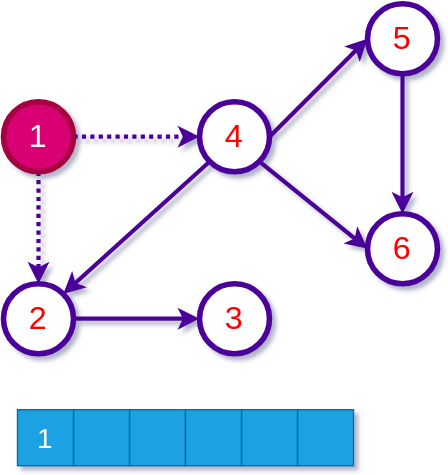
ucoruh/ce100-algorithms-and-programming-II keeps this draw.io diagram as docs/week-10/assets/ce100-week-10-graphs-topological-topo-bfs-1.drawio.svg. Above is the earlier version. Source tidied: cells renumbered, new cells last; positions are measured from the earlier drawing's top-left corner, leaving out a move shared by most shapes. Source of this version:
```xml
<mxGraphModel>
  <root>
    <mxCell id="0" />
    <mxCell id="1" parent="0" />
    <mxCell id="2" style="edgeStyle=none;shape=connector;rounded=0;jettySize=auto;html=1;exitX=0.5;exitY=1;exitDx=0;exitDy=0;entryX=0.5;entryY=0;entryDx=0;entryDy=0;labelBackgroundColor=default;fontFamily=Helvetica;fontSize=23;fontColor=#FF0000;endArrow=classic;endFill=1;strokeColor=#4C0099;strokeWidth=3;dashed=1;dashPattern=1 1;" parent="1" edge="1" source="4" target="12">
      <mxGeometry relative="1" as="geometry" />
    </mxCell>
    <mxCell id="3" style="edgeStyle=none;shape=connector;rounded=0;jettySize=auto;html=1;exitX=1;exitY=0.5;exitDx=0;exitDy=0;labelBackgroundColor=default;fontFamily=Helvetica;fontSize=23;fontColor=#FF0000;endArrow=classic;endFill=1;strokeColor=#4C0099;strokeWidth=3;dashed=1;dashPattern=1 1;" parent="1" edge="1" source="4" target="7">
      <mxGeometry relative="1" as="geometry" />
    </mxCell>
    <mxCell id="4" value="1" style="ellipse;whiteSpace=wrap;html=1;fontSize=23;fontColor=#ffffff;strokeColor=#A50040;strokeWidth=4;fillColor=#d80073;" parent="1" vertex="1">
      <mxGeometry y="70" width="50" height="50" as="geometry" />
    </mxCell>
    <mxCell id="5" style="edgeStyle=none;shape=connector;rounded=0;jettySize=auto;html=1;exitX=1;exitY=0.5;exitDx=0;exitDy=0;entryX=0;entryY=0.5;entryDx=0;entryDy=0;labelBackgroundColor=default;fontFamily=Helvetica;fontSize=23;fontColor=#FF0000;endArrow=classic;endFill=1;strokeColor=#4C0099;strokeWidth=3;" parent="1" edge="1" source="7" target="14">
      <mxGeometry relative="1" as="geometry" />
    </mxCell>
    <mxCell id="6" style="rounded=0;jettySize=auto;html=1;exitX=0;exitY=1;exitDx=0;exitDy=0;entryX=1;entryY=0;entryDx=0;entryDy=0;fontSize=23;strokeColor=#4C0099;fontColor=#FF0000;endFill=1;strokeWidth=3;" parent="1" edge="1" source="7" target="12">
      <mxGeometry relative="1" as="geometry" />
    </mxCell>
    <mxCell id="7" value="4" style="ellipse;whiteSpace=wrap;html=1;fontSize=23;fontColor=#FF0000;strokeColor=#4C0099;strokeWidth=4;" parent="1" vertex="1">
      <mxGeometry x="140" y="70" width="50" height="50" as="geometry" />
    </mxCell>
    <mxCell id="8" value="6" style="ellipse;whiteSpace=wrap;html=1;fontSize=23;fontColor=#FF0000;strokeColor=#4C0099;strokeWidth=4;" parent="1" vertex="1">
      <mxGeometry x="260" y="150" width="50" height="50" as="geometry" />
    </mxCell>
    <mxCell id="9" style="edgeStyle=none;shape=connector;rounded=0;jettySize=auto;html=1;exitX=1;exitY=1;exitDx=0;exitDy=0;entryX=0;entryY=0.5;entryDx=0;entryDy=0;labelBackgroundColor=default;fontFamily=Helvetica;fontSize=23;fontColor=#FF0000;endArrow=classic;endFill=1;strokeColor=#4C0099;strokeWidth=3;" parent="1" edge="1" source="7" target="8">
      <mxGeometry relative="1" as="geometry" />
    </mxCell>
    <mxCell id="10" value="3" style="ellipse;whiteSpace=wrap;html=1;fontSize=23;fontColor=#FF0000;strokeColor=#4C0099;strokeWidth=4;" parent="1" vertex="1">
      <mxGeometry x="140" y="200" width="50" height="50" as="geometry" />
    </mxCell>
    <mxCell id="11" style="edgeStyle=none;shape=connector;rounded=0;jettySize=auto;html=1;exitX=1;exitY=0.5;exitDx=0;exitDy=0;labelBackgroundColor=default;fontFamily=Helvetica;fontSize=23;fontColor=#FF0000;endArrow=classic;endFill=1;strokeColor=#4C0099;strokeWidth=3;" parent="1" edge="1" source="12" target="10">
      <mxGeometry relative="1" as="geometry" />
    </mxCell>
    <mxCell id="12" value="2" style="ellipse;whiteSpace=wrap;html=1;fontSize=23;fontColor=#FF0000;strokeColor=#4C0099;strokeWidth=4;" parent="1" vertex="1">
      <mxGeometry y="200" width="50" height="50" as="geometry" />
    </mxCell>
    <mxCell id="13" style="edgeStyle=orthogonalEdgeStyle;rounded=0;jettySize=auto;html=1;exitX=0.5;exitY=1;exitDx=0;exitDy=0;fontSize=23;strokeColor=#4C0099;fontColor=#FF0000;endFill=1;strokeWidth=3;" parent="1" edge="1" source="14" target="8">
      <mxGeometry relative="1" as="geometry" />
    </mxCell>
    <mxCell id="14" value="5" style="ellipse;whiteSpace=wrap;html=1;fontSize=23;fontColor=#FF0000;strokeColor=#4C0099;strokeWidth=4;" parent="1" vertex="1">
      <mxGeometry x="260" width="50" height="50" as="geometry" />
    </mxCell>
    <mxCell id="15" style="rounded=0;whiteSpace=wrap;html=1;fillColor=#1ba1e2;fontColor=#ffffff;strokeColor=#006EAF;fontSize=20;" parent="1" vertex="1">
      <mxGeometry x="90" y="290" width="40" height="40" as="geometry" />
    </mxCell>
    <mxCell id="16" style="rounded=0;whiteSpace=wrap;html=1;fillColor=#1ba1e2;fontColor=#ffffff;strokeColor=#006EAF;fontSize=20;" parent="1" vertex="1">
      <mxGeometry x="50" y="290" width="40" height="40" as="geometry" />
    </mxCell>
    <mxCell id="17" value="1" style="rounded=0;whiteSpace=wrap;html=1;fillColor=#1ba1e2;fontColor=#ffffff;strokeColor=#006EAF;fontSize=20;" parent="1" vertex="1">
      <mxGeometry x="10" y="290" width="40" height="40" as="geometry" />
    </mxCell>
    <mxCell id="18" style="rounded=0;whiteSpace=wrap;html=1;fillColor=#1ba1e2;fontColor=#ffffff;strokeColor=#006EAF;fontSize=20;" parent="1" vertex="1">
      <mxGeometry x="210" y="290" width="40" height="40" as="geometry" />
    </mxCell>
    <mxCell id="19" style="rounded=0;whiteSpace=wrap;html=1;fillColor=#1ba1e2;fontColor=#ffffff;strokeColor=#006EAF;fontSize=20;" parent="1" vertex="1">
      <mxGeometry x="170" y="290" width="40" height="40" as="geometry" />
    </mxCell>
    <mxCell id="20" style="rounded=0;whiteSpace=wrap;html=1;fillColor=#1ba1e2;fontColor=#ffffff;strokeColor=#006EAF;fontSize=20;" parent="1" vertex="1">
      <mxGeometry x="130" y="290" width="40" height="40" as="geometry" />
    </mxCell>
  </root>
</mxGraphModel>
```
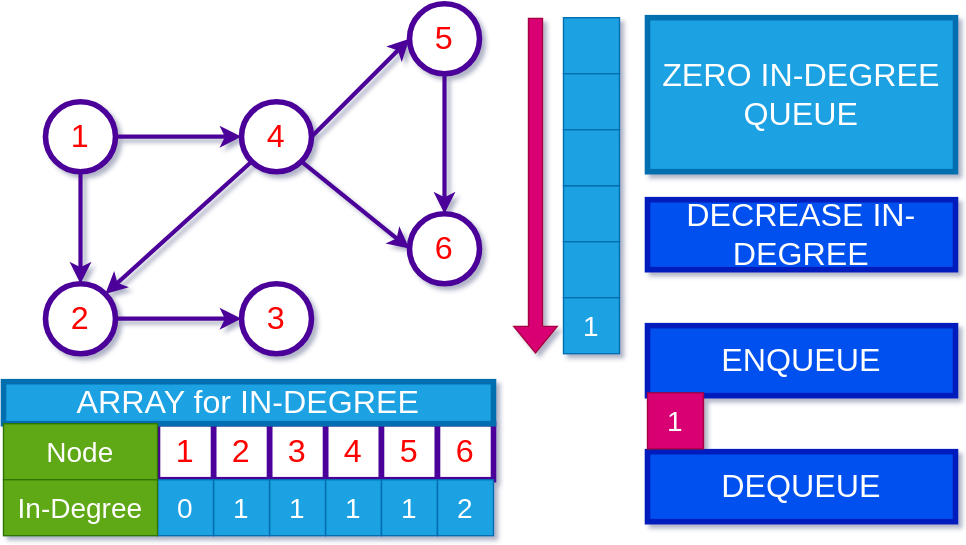
The same file after the commit.

What changed in the source:
```diff
@@ -1,63 +1,129 @@
 <mxGraphModel>
   <root>
-    <mxCell id="0" />
-    <mxCell id="1" parent="0" />
-    <mxCell id="2" style="edgeStyle=none;shape=connector;rounded=0;jettySize=auto;html=1;exitX=0.5;exitY=1;exitDx=0;exitDy=0;entryX=0.5;entryY=0;entryDx=0;entryDy=0;labelBackgroundColor=default;fontFamily=Helvetica;fontSize=23;fontColor=#FF0000;endArrow=classic;endFill=1;strokeColor=#4C0099;strokeWidth=3;dashed=1;dashPattern=1 1;" parent="1" edge="1" source="4" target="12">
-      <mxGeometry relative="1" as="geometry" />
-    </mxCell>
-    <mxCell id="3" style="edgeStyle=none;shape=connector;rounded=0;jettySize=auto;html=1;exitX=1;exitY=0.5;exitDx=0;exitDy=0;labelBackgroundColor=default;fontFamily=Helvetica;fontSize=23;fontColor=#FF0000;endArrow=classic;endFill=1;strokeColor=#4C0099;strokeWidth=3;dashed=1;dashPattern=1 1;" parent="1" edge="1" source="4" target="7">
-      <mxGeometry relative="1" as="geometry" />
-    </mxCell>
-    <mxCell id="4" value="1" style="ellipse;whiteSpace=wrap;html=1;fontSize=23;fontColor=#ffffff;strokeColor=#A50040;strokeWidth=4;fillColor=#d80073;" parent="1" vertex="1">
-      <mxGeometry y="70" width="50" height="50" as="geometry" />
-    </mxCell>
+    <mxCell id="21" />
+    <mxCell id="22" parent="21" />
+    <mxCell id="23" style="edgeStyle=none;shape=connector;rounded=0;jettySize=auto;html=1;exitX=0.5;exitY=1;exitDx=0;exitDy=0;entryX=0.5;entryY=0;entryDx=0;entryDy=0;labelBackgroundColor=default;fontFamily=Helvetica;fontSize=23;fontColor=#FF0000;endArrow=classic;endFill=1;strokeColor=#4C0099;strokeWidth=3;" parent="22" edge="1" source="25" target="12">
+      <mxGeometry relative="1" as="geometry" />
+    </mxCell>
+    <mxCell id="24" style="edgeStyle=none;shape=connector;rounded=0;jettySize=auto;html=1;exitX=1;exitY=0.5;exitDx=0;exitDy=0;labelBackgroundColor=default;fontFamily=Helvetica;fontSize=23;fontColor=#FF0000;endArrow=classic;endFill=1;strokeColor=#4C0099;strokeWidth=3;" parent="22" edge="1" source="25" target="7">
+      <mxGeometry relative="1" as="geometry" />
+    </mxCell>
+    <mxCell id="25" value="1" style="ellipse;whiteSpace=wrap;html=1;fontSize=23;fontColor=#FF0000;strokeColor=#4C0099;strokeWidth=4;fillColor=default;" parent="22" vertex="1">
+      <mxGeometry y="70" width="50" height="50" as="geometry" />
+    </mxCell>
-    <mxCell id="5" style="edgeStyle=none;shape=connector;rounded=0;jettySize=auto;html=1;exitX=1;exitY=0.5;exitDx=0;exitDy=0;entryX=0;entryY=0.5;entryDx=0;entryDy=0;labelBackgroundColor=default;fontFamily=Helvetica;fontSize=23;fontColor=#FF0000;endArrow=classic;endFill=1;strokeColor=#4C0099;strokeWidth=3;" parent="1" edge="1" source="7" target="14">
+    <mxCell id="5" style="edgeStyle=none;shape=connector;rounded=0;jettySize=auto;html=1;exitX=1;exitY=0.5;exitDx=0;exitDy=0;entryX=0;entryY=0.5;entryDx=0;entryDy=0;labelBackgroundColor=default;fontFamily=Helvetica;fontSize=23;fontColor=#FF0000;endArrow=classic;endFill=1;strokeColor=#4C0099;strokeWidth=3;" parent="22" edge="1" source="7" target="14">
       <mxGeometry relative="1" as="geometry" />
     </mxCell>
-    <mxCell id="6" style="rounded=0;jettySize=auto;html=1;exitX=0;exitY=1;exitDx=0;exitDy=0;entryX=1;entryY=0;entryDx=0;entryDy=0;fontSize=23;strokeColor=#4C0099;fontColor=#FF0000;endFill=1;strokeWidth=3;" parent="1" edge="1" source="7" target="12">
+    <mxCell id="6" style="edgeStyle=none;rounded=0;jettySize=auto;html=1;exitX=0;exitY=1;exitDx=0;exitDy=0;entryX=1;entryY=0;entryDx=0;entryDy=0;fontSize=23;strokeColor=#4C0099;fontColor=#FF0000;endFill=1;strokeWidth=3;" parent="22" edge="1" source="7" target="12">
       <mxGeometry relative="1" as="geometry" />
     </mxCell>
-    <mxCell id="7" value="4" style="ellipse;whiteSpace=wrap;html=1;fontSize=23;fontColor=#FF0000;strokeColor=#4C0099;strokeWidth=4;" parent="1" vertex="1">
+    <mxCell id="7" value="4" style="ellipse;whiteSpace=wrap;html=1;fontSize=23;fontColor=#FF0000;strokeColor=#4C0099;strokeWidth=4;" parent="22" vertex="1">
       <mxGeometry x="140" y="70" width="50" height="50" as="geometry" />
     </mxCell>
-    <mxCell id="8" value="6" style="ellipse;whiteSpace=wrap;html=1;fontSize=23;fontColor=#FF0000;strokeColor=#4C0099;strokeWidth=4;" parent="1" vertex="1">
+    <mxCell id="8" value="6" style="ellipse;whiteSpace=wrap;html=1;fontSize=23;fontColor=#FF0000;strokeColor=#4C0099;strokeWidth=4;" parent="22" vertex="1">
       <mxGeometry x="260" y="150" width="50" height="50" as="geometry" />
     </mxCell>
-    <mxCell id="9" style="edgeStyle=none;shape=connector;rounded=0;jettySize=auto;html=1;exitX=1;exitY=1;exitDx=0;exitDy=0;entryX=0;entryY=0.5;entryDx=0;entryDy=0;labelBackgroundColor=default;fontFamily=Helvetica;fontSize=23;fontColor=#FF0000;endArrow=classic;endFill=1;strokeColor=#4C0099;strokeWidth=3;" parent="1" edge="1" source="7" target="8">
+    <mxCell id="9" style="edgeStyle=none;shape=connector;rounded=0;jettySize=auto;html=1;exitX=1;exitY=1;exitDx=0;exitDy=0;entryX=0;entryY=0.5;entryDx=0;entryDy=0;labelBackgroundColor=default;fontFamily=Helvetica;fontSize=23;fontColor=#FF0000;endArrow=classic;endFill=1;strokeColor=#4C0099;strokeWidth=3;" parent="22" edge="1" source="7" target="8">
       <mxGeometry relative="1" as="geometry" />
     </mxCell>
-    <mxCell id="10" value="3" style="ellipse;whiteSpace=wrap;html=1;fontSize=23;fontColor=#FF0000;strokeColor=#4C0099;strokeWidth=4;" parent="1" vertex="1">
+    <mxCell id="10" value="3" style="ellipse;whiteSpace=wrap;html=1;fontSize=23;fontColor=#FF0000;strokeColor=#4C0099;strokeWidth=4;" parent="22" vertex="1">
       <mxGeometry x="140" y="200" width="50" height="50" as="geometry" />
     </mxCell>
-    <mxCell id="11" style="edgeStyle=none;shape=connector;rounded=0;jettySize=auto;html=1;exitX=1;exitY=0.5;exitDx=0;exitDy=0;labelBackgroundColor=default;fontFamily=Helvetica;fontSize=23;fontColor=#FF0000;endArrow=classic;endFill=1;strokeColor=#4C0099;strokeWidth=3;" parent="1" edge="1" source="12" target="10">
+    <mxCell id="11" style="edgeStyle=none;shape=connector;rounded=0;jettySize=auto;html=1;exitX=1;exitY=0.5;exitDx=0;exitDy=0;labelBackgroundColor=default;fontFamily=Helvetica;fontSize=23;fontColor=#FF0000;endArrow=classic;endFill=1;strokeColor=#4C0099;strokeWidth=3;" parent="22" edge="1" source="12" target="10">
       <mxGeometry relative="1" as="geometry" />
     </mxCell>
-    <mxCell id="12" value="2" style="ellipse;whiteSpace=wrap;html=1;fontSize=23;fontColor=#FF0000;strokeColor=#4C0099;strokeWidth=4;" parent="1" vertex="1">
+    <mxCell id="12" value="2" style="ellipse;whiteSpace=wrap;html=1;fontSize=23;fontColor=#FF0000;strokeColor=#4C0099;strokeWidth=4;" parent="22" vertex="1">
       <mxGeometry y="200" width="50" height="50" as="geometry" />
     </mxCell>
-    <mxCell id="13" style="edgeStyle=orthogonalEdgeStyle;rounded=0;jettySize=auto;html=1;exitX=0.5;exitY=1;exitDx=0;exitDy=0;fontSize=23;strokeColor=#4C0099;fontColor=#FF0000;endFill=1;strokeWidth=3;" parent="1" edge="1" source="14" target="8">
+    <mxCell id="13" style="edgeStyle=orthogonalEdgeStyle;rounded=0;jettySize=auto;html=1;exitX=0.5;exitY=1;exitDx=0;exitDy=0;fontSize=23;strokeColor=#4C0099;fontColor=#FF0000;endFill=1;strokeWidth=3;" parent="22" edge="1" source="14" target="8">
       <mxGeometry relative="1" as="geometry" />
     </mxCell>
-    <mxCell id="14" value="5" style="ellipse;whiteSpace=wrap;html=1;fontSize=23;fontColor=#FF0000;strokeColor=#4C0099;strokeWidth=4;" parent="1" vertex="1">
+    <mxCell id="14" value="5" style="ellipse;whiteSpace=wrap;html=1;fontSize=23;fontColor=#FF0000;strokeColor=#4C0099;strokeWidth=4;" parent="22" vertex="1">
       <mxGeometry x="260" width="50" height="50" as="geometry" />
     </mxCell>
-    <mxCell id="15" style="rounded=0;whiteSpace=wrap;html=1;fillColor=#1ba1e2;fontColor=#ffffff;strokeColor=#006EAF;fontSize=20;" parent="1" vertex="1">
-      <mxGeometry x="90" y="290" width="40" height="40" as="geometry" />
-    </mxCell>
-    <mxCell id="16" style="rounded=0;whiteSpace=wrap;html=1;fillColor=#1ba1e2;fontColor=#ffffff;strokeColor=#006EAF;fontSize=20;" parent="1" vertex="1">
-      <mxGeometry x="50" y="290" width="40" height="40" as="geometry" />
-    </mxCell>
+    <mxCell id="26" value="4" style="rounded=0;whiteSpace=wrap;html=1;fillColor=default;strokeColor=#4C0099;fontSize=23;fontColor=#FF0000;strokeWidth=4;" parent="22" vertex="1">
+      <mxGeometry x="200" y="300" width="40" height="40" as="geometry" />
+    </mxCell>
+    <mxCell id="27" value="5" style="rounded=0;whiteSpace=wrap;html=1;fillColor=default;strokeColor=#4C0099;fontSize=23;fontColor=#FF0000;strokeWidth=4;" parent="22" vertex="1">
+      <mxGeometry x="240" y="300" width="40" height="40" as="geometry" />
+    </mxCell>
+    <mxCell id="28" value="6" style="rounded=0;whiteSpace=wrap;html=1;fillColor=default;strokeColor=#4C0099;fontSize=23;fontColor=#FF0000;strokeWidth=4;" parent="22" vertex="1">
+      <mxGeometry x="280" y="300" width="40" height="40" as="geometry" />
+    </mxCell>
+    <mxCell id="29" value="3" style="rounded=0;whiteSpace=wrap;html=1;fillColor=default;strokeColor=#4C0099;fontSize=23;fontColor=#FF0000;strokeWidth=4;" parent="22" vertex="1">
+      <mxGeometry x="160" y="300" width="40" height="40" as="geometry" />
+    </mxCell>
+    <mxCell id="30" value="2" style="rounded=0;whiteSpace=wrap;html=1;fillColor=default;strokeColor=#4C0099;fontSize=23;fontColor=#FF0000;strokeWidth=4;" parent="22" vertex="1">
+      <mxGeometry x="120" y="300" width="40" height="40" as="geometry" />
+    </mxCell>
+    <mxCell id="31" value="1" style="rounded=0;whiteSpace=wrap;html=1;fillColor=default;strokeColor=#4C0099;fontSize=23;fontColor=#FF0000;strokeWidth=4;" parent="22" vertex="1">
+      <mxGeometry x="80" y="300" width="40" height="40" as="geometry" />
+    </mxCell>
+    <mxCell id="32" value="1" style="rounded=0;whiteSpace=wrap;html=1;fontSize=20;fillColor=#1ba1e2;fontColor=#ffffff;strokeColor=#006EAF;" parent="22" vertex="1">
+      <mxGeometry x="200" y="340" width="40" height="40" as="geometry" />
+    </mxCell>
+    <mxCell id="33" value="1" style="rounded=0;whiteSpace=wrap;html=1;fontSize=20;fillColor=#1ba1e2;fontColor=#ffffff;strokeColor=#006EAF;" parent="22" vertex="1">
+      <mxGeometry x="240" y="340" width="40" height="40" as="geometry" />
+    </mxCell>
+    <mxCell id="34" value="2" style="rounded=0;whiteSpace=wrap;html=1;fontSize=20;fillColor=#1ba1e2;fontColor=#ffffff;strokeColor=#006EAF;" parent="22" vertex="1">
+      <mxGeometry x="280" y="340" width="40" height="40" as="geometry" />
+    </mxCell>
+    <mxCell id="35" value="1" style="rounded=0;whiteSpace=wrap;html=1;fontSize=20;fillColor=#1ba1e2;fontColor=#ffffff;strokeColor=#006EAF;" parent="22" vertex="1">
+      <mxGeometry x="160" y="340" width="40" height="40" as="geometry" />
+    </mxCell>
+    <mxCell id="36" value="1" style="rounded=0;whiteSpace=wrap;html=1;fontSize=20;fillColor=#1ba1e2;fontColor=#ffffff;strokeColor=#006EAF;" parent="22" vertex="1">
+      <mxGeometry x="120" y="340" width="40" height="40" as="geometry" />
+    </mxCell>
+    <mxCell id="37" value="0" style="rounded=0;whiteSpace=wrap;html=1;fontSize=20;fillColor=#1ba1e2;fontColor=#ffffff;strokeColor=#006EAF;" parent="22" vertex="1">
+      <mxGeometry x="80" y="340" width="40" height="40" as="geometry" />
+    </mxCell>
+    <mxCell id="38" value="ARRAY for IN-DEGREE" style="text;html=1;strokeColor=#006EAF;fillColor=#1ba1e2;align=center;verticalAlign=middle;whiteSpace=wrap;rounded=0;fontColor=#ffffff;fontSize=23;strokeWidth=4;" parent="22" vertex="1">
+      <mxGeometry x="-30" y="270" width="350" height="30" as="geometry" />
+    </mxCell>
+    <mxCell id="39" value="Node" style="rounded=0;whiteSpace=wrap;html=1;fillColor=#60a917;strokeColor=#2D7600;fontSize=20;fontColor=#ffffff;" parent="22" vertex="1">
+      <mxGeometry x="-30" y="300" width="110" height="40" as="geometry" />
+    </mxCell>
+    <mxCell id="40" value="In-Degree" style="rounded=0;whiteSpace=wrap;html=1;fillColor=#60a917;strokeColor=#2D7600;fontSize=20;fontColor=#ffffff;" parent="22" vertex="1">
+      <mxGeometry x="-30" y="340" width="110" height="40" as="geometry" />
+    </mxCell>
+    <mxCell id="41" value="ZERO IN-DEGREE QUEUE" style="text;html=1;strokeColor=#006EAF;fillColor=#1ba1e2;align=center;verticalAlign=middle;whiteSpace=wrap;rounded=0;fontColor=#ffffff;fontSize=23;strokeWidth=4;" parent="22" vertex="1">
+      <mxGeometry x="430" y="10" width="220" height="110" as="geometry" />
+    </mxCell>
+    <mxCell id="42" style="rounded=0;whiteSpace=wrap;html=1;fillColor=#1ba1e2;fontColor=#ffffff;strokeColor=#006EAF;fontSize=20;" parent="22" vertex="1">
+      <mxGeometry x="370" y="130" width="40" height="40" as="geometry" />
+    </mxCell>
+    <mxCell id="43" style="rounded=0;whiteSpace=wrap;html=1;fillColor=#1ba1e2;fontColor=#ffffff;strokeColor=#006EAF;fontSize=20;" parent="22" vertex="1">
+      <mxGeometry x="370" y="170" width="40" height="40" as="geometry" />
+    </mxCell>
-    <mxCell id="17" value="1" style="rounded=0;whiteSpace=wrap;html=1;fillColor=#1ba1e2;fontColor=#ffffff;strokeColor=#006EAF;fontSize=20;" parent="1" vertex="1">
-      <mxGeometry x="10" y="290" width="40" height="40" as="geometry" />
+    <mxCell id="17" value="1" style="rounded=0;whiteSpace=wrap;html=1;fillColor=#1ba1e2;fontColor=#ffffff;strokeColor=#006EAF;fontSize=20;" parent="22" vertex="1">
+      <mxGeometry x="370" y="210" width="40" height="40" as="geometry" />
     </mxCell>
-    <mxCell id="18" style="rounded=0;whiteSpace=wrap;html=1;fillColor=#1ba1e2;fontColor=#ffffff;strokeColor=#006EAF;fontSize=20;" parent="1" vertex="1">
-      <mxGeometry x="210" y="290" width="40" height="40" as="geometry" />
-    </mxCell>
-    <mxCell id="19" style="rounded=0;whiteSpace=wrap;html=1;fillColor=#1ba1e2;fontColor=#ffffff;strokeColor=#006EAF;fontSize=20;" parent="1" vertex="1">
-      <mxGeometry x="170" y="290" width="40" height="40" as="geometry" />
-    </mxCell>
-    <mxCell id="20" style="rounded=0;whiteSpace=wrap;html=1;fillColor=#1ba1e2;fontColor=#ffffff;strokeColor=#006EAF;fontSize=20;" parent="1" vertex="1">
-      <mxGeometry x="130" y="290" width="40" height="40" as="geometry" />
-    </mxCell>
+    <mxCell id="44" style="rounded=0;whiteSpace=wrap;html=1;fillColor=#1ba1e2;fontColor=#ffffff;strokeColor=#006EAF;fontSize=20;" parent="22" vertex="1">
+      <mxGeometry x="370" y="10" width="40" height="40" as="geometry" />
+    </mxCell>
+    <mxCell id="45" style="rounded=0;whiteSpace=wrap;html=1;fillColor=#1ba1e2;fontColor=#ffffff;strokeColor=#006EAF;fontSize=20;" parent="22" vertex="1">
+      <mxGeometry x="370" y="50" width="40" height="40" as="geometry" />
+    </mxCell>
+    <mxCell id="46" style="rounded=0;whiteSpace=wrap;html=1;fillColor=#1ba1e2;fontColor=#ffffff;strokeColor=#006EAF;fontSize=20;" parent="22" vertex="1">
+      <mxGeometry x="370" y="90" width="40" height="40" as="geometry" />
+    </mxCell>
+    <mxCell id="47" style="shape=flexArrow;endArrow=classic;html=1;rounded=0;fillColor=#d80073;strokeColor=#A50040;" parent="22" edge="1">
+      <mxGeometry relative="1" as="geometry">
+        <mxPoint x="350" y="10" as="sourcePoint" />
+        <mxPoint x="350" y="250" as="targetPoint" />
+      </mxGeometry>
+    </mxCell>
+    <mxCell id="48" value="DECREASE IN-DEGREE" style="text;html=1;strokeColor=#001DBC;fillColor=#0050ef;align=center;verticalAlign=middle;whiteSpace=wrap;rounded=0;fontColor=#ffffff;fontSize=23;strokeWidth=4;" parent="22" vertex="1">
+      <mxGeometry x="430" y="140" width="220" height="50" as="geometry" />
+    </mxCell>
+    <mxCell id="49" value="ENQUEUE" style="text;html=1;strokeColor=#001DBC;fillColor=#0050ef;align=center;verticalAlign=middle;whiteSpace=wrap;rounded=0;fontColor=#ffffff;fontSize=23;strokeWidth=4;" parent="22" vertex="1">
+      <mxGeometry x="430" y="230" width="220" height="50" as="geometry" />
+    </mxCell>
+    <mxCell id="50" value="DEQUEUE" style="text;html=1;strokeColor=#001DBC;fillColor=#0050ef;align=center;verticalAlign=middle;whiteSpace=wrap;rounded=0;fontColor=#ffffff;fontSize=23;strokeWidth=4;" parent="22" vertex="1">
+      <mxGeometry x="430" y="320" width="220" height="50" as="geometry" />
+    </mxCell>
+    <mxCell id="51" value="1" style="rounded=0;whiteSpace=wrap;html=1;fillColor=#d80073;fontColor=#ffffff;strokeColor=#A50040;fontSize=20;" parent="22" vertex="1">
+      <mxGeometry x="430" y="278" width="40" height="40" as="geometry" />
+    </mxCell>
   </root>
 </mxGraphModel>
```
